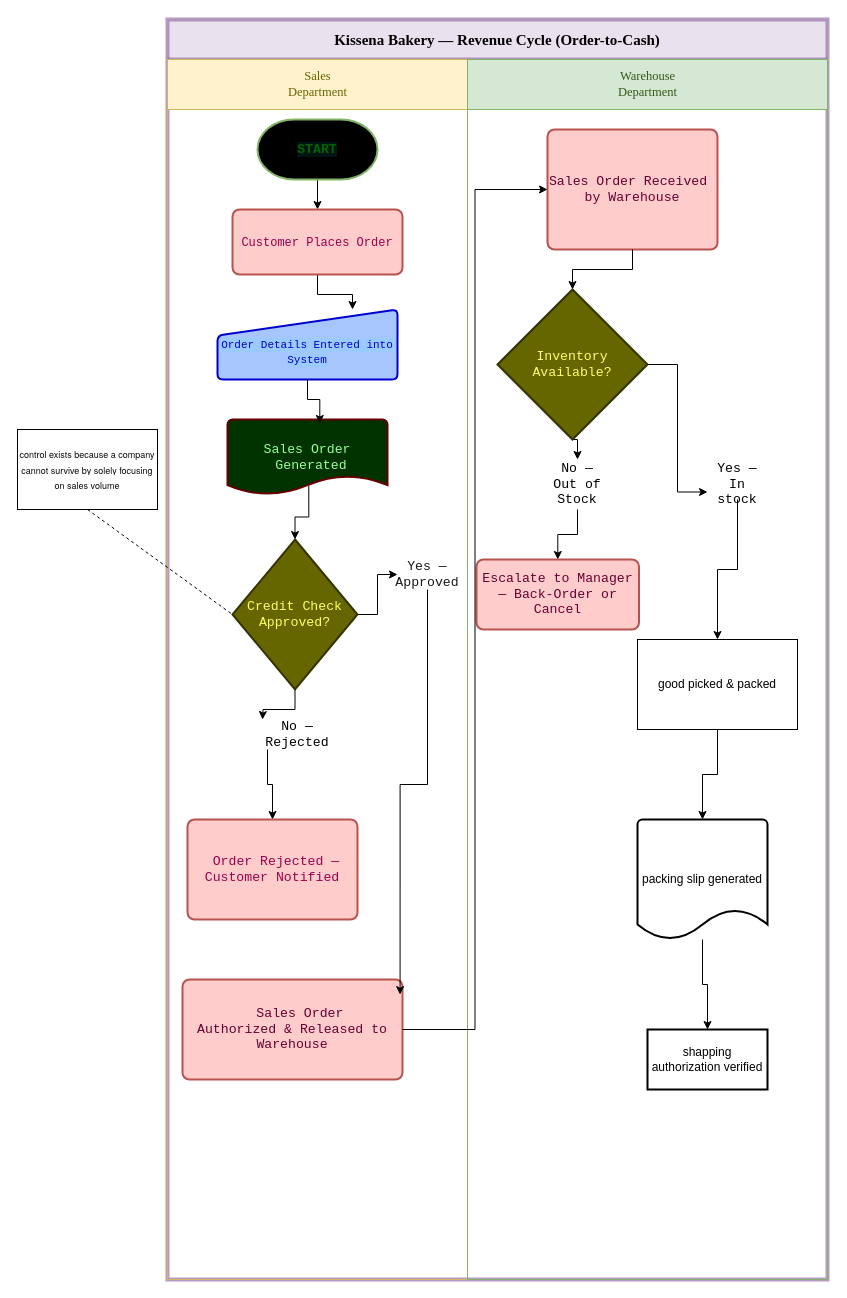
Earlier version of the draw.io diagram page "Page-1" (1 of 2) of Revenue_Cycle_Controls.drawio (Qasem90/drawio). Source tidied: cells renumbered, new cells numbered last; positions are measured from the earlier drawing's top-left corner, leaving out a move shared by most shapes. Both pictures are drawn from the tidied source at 100%, with x=0, y=0 at pixel (17, 19).
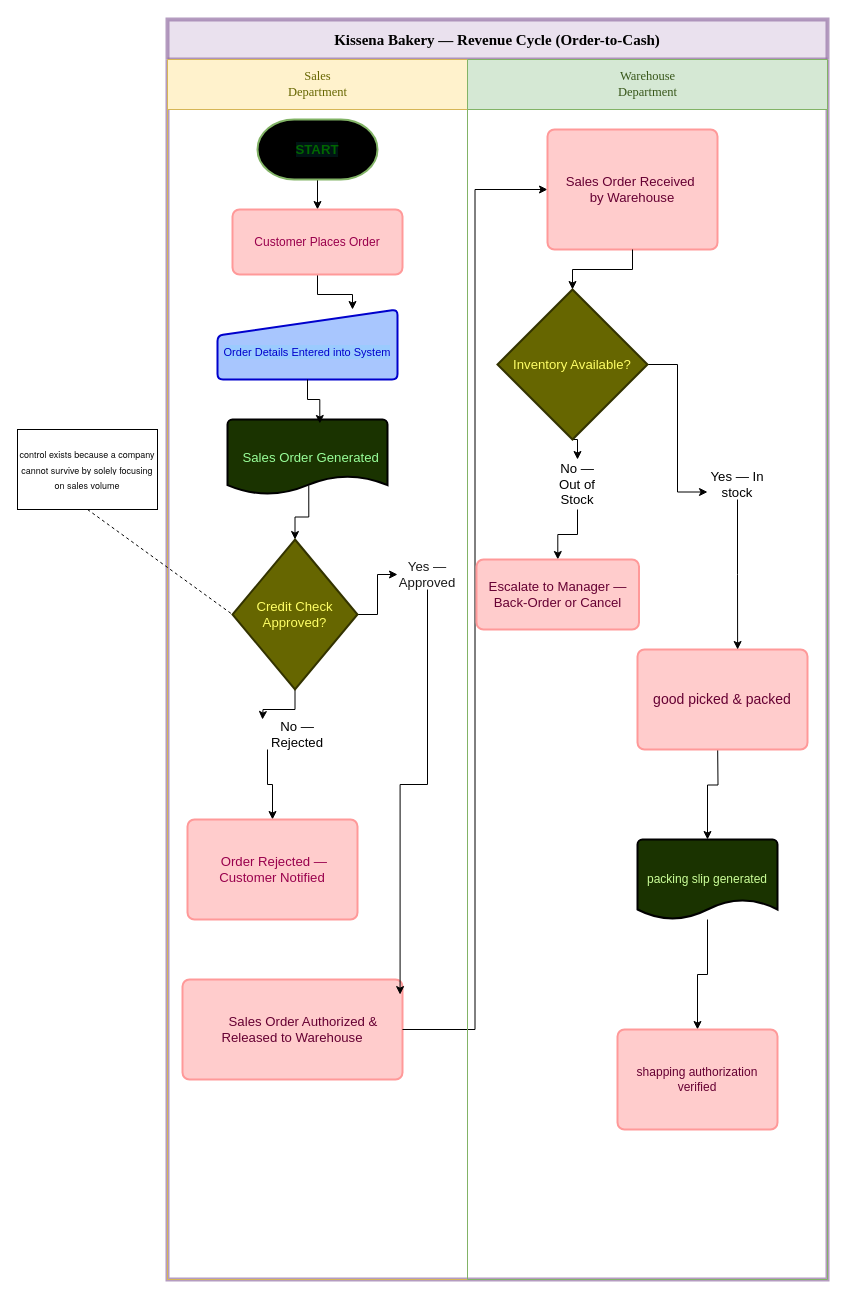
Above is the later version.

Unchanged cells that the change refers to:
```xml
<mxCell id="2" value="&lt;span style=&quot;white-space: normal; caret-color: rgb(0, 245, 255); color: rgb(0, 0, 0);&quot;&gt;&lt;b&gt;Kissena Bakery — Revenue Cycle (Order-to-Cash)&lt;/b&gt;&lt;/span&gt;" style="swimlane;startSize=40;html=1;swimlaneFillColor=none;fillColor=#e1d5e7;strokeWidth=4;opacity=70;fontStyle=0;fontFamily=Times New Roman;align=center;fontSize=15;textDirection=ltr;labelBackgroundColor=none;whiteSpace=wrap;convertToSvg=1;svgWhiteSpace=wrap;strokeColor=#9673a6;" parent="1" vertex="1">
  <mxGeometry x="150" width="660" height="1260" as="geometry" />
</mxCell>
<mxCell id="3" value="&lt;span style=&quot;font-weight: 400; text-align: start; white-space: normal; caret-color: rgb(0, 245, 255); font-size: 12.512px; color: rgb(102, 102, 0);&quot;&gt;&lt;font face=&quot;Times New Roman&quot;&gt;Sales Department&lt;/font&gt;&lt;/span&gt;" style="swimlane;startSize=50;html=1;fillColor=#fff2cc;strokeColor=#d6b656;" parent="2" vertex="1">
  <mxGeometry y="40" width="300" height="1220" as="geometry" />
</mxCell>
<mxCell id="22" value="&lt;p&gt;&lt;span style=&quot;font-weight: 400; text-align: start; white-space: normal; caret-color: rgb(0, 245, 255); font-size: 12.512px; color: light-dark(rgb(56, 87, 26), rgb(0, 115, 123));&quot;&gt;&lt;font face=&quot;Times New Roman&quot;&gt;Warehouse Department&lt;/font&gt;&lt;/span&gt;&lt;/p&gt;" style="swimlane;startSize=50;html=1;fillColor=#d5e8d4;strokeColor=#82b366;" parent="2" vertex="1">
  <mxGeometry x="300" y="40" width="360" height="1220" as="geometry" />
</mxCell>
```

What changed in the source:
```diff
@@
-    <mxCell id="5" value="&lt;span style=&quot;text-align: start; caret-color: rgb(0, 245, 255); font-family: &amp;quot;Share Tech Mono&amp;quot;, monospace; font-size: 13.192px; background-color: rgba(0, 245, 255, 0.08); color: rgb(0, 102, 0);&quot;&gt;&lt;b&gt;START&lt;/b&gt;&lt;/span&gt;" style="strokeWidth=2;html=1;shape=mxgraph.flowchart.terminator;whiteSpace=wrap;fillColor=#d5e8d4;strokeColor=#82b366;gradientColor=light-dark(#b1dd8c, #ededed);" parent="3" vertex="1">
+    <mxCell id="5" value="&lt;span style=&quot;text-align: start; caret-color: rgb(0, 245, 255); font-size: 13.192px; background-color: rgba(0, 245, 255, 0.08); color: rgb(0, 102, 0);&quot;&gt;&lt;b&gt;&lt;font face=&quot;Helvetica&quot;&gt;START&lt;/font&gt;&lt;/b&gt;&lt;/span&gt;" style="strokeWidth=2;html=1;shape=mxgraph.flowchart.terminator;whiteSpace=wrap;fillColor=#d5e8d4;strokeColor=#82b366;gradientColor=light-dark(#b1dd8c, #ededed);" parent="3" vertex="1">
       <mxGeometry x="90" y="60" width="120" height="60" as="geometry" />
     </mxCell>
@@
-    <mxCell id="7" value="&lt;span style=&quot;text-align: start; caret-color: rgb(0, 245, 255); font-family: &amp;quot;Share Tech Mono&amp;quot;, monospace; color: light-dark(rgb(153, 0, 77), rgb(12, 33, 0));&quot;&gt;&lt;font&gt;Customer Places Order&lt;/font&gt;&lt;/span&gt;" style="rounded=1;whiteSpace=wrap;html=1;absoluteArcSize=1;arcSize=14;strokeWidth=2;fillColor=#FFCCCC;strokeColor=#b85450;" parent="3" vertex="1">
+    <mxCell id="7" value="&lt;span style=&quot;text-align: start; caret-color: rgb(0, 245, 255); color: light-dark(rgb(153, 0, 77), rgb(12, 33, 0));&quot;&gt;&lt;font face=&quot;Helvetica&quot;&gt;Customer Places Order&lt;/font&gt;&lt;/span&gt;" style="rounded=1;whiteSpace=wrap;html=1;absoluteArcSize=1;arcSize=14;strokeWidth=2;fillColor=#FFCCCC;strokeColor=#FF9999;" parent="3" vertex="1">
       <mxGeometry x="65" y="150" width="170" height="65" as="geometry" />
     </mxCell>
-    <mxCell id="8" value="&lt;div&gt;&lt;span style=&quot;text-align: start; caret-color: rgb(0, 245, 255); font-family: &amp;quot;Share Tech Mono&amp;quot;, monospace; background-color: rgba(0, 245, 255, 0.08); color: rgb(0, 0, 204);&quot;&gt;&lt;font style=&quot;font-size: 11px;&quot;&gt;&lt;br&gt;&lt;/font&gt;&lt;/span&gt;&lt;/div&gt;&lt;span style=&quot;text-align: start; caret-color: rgb(0, 245, 255); font-family: &amp;quot;Share Tech Mono&amp;quot;, monospace; background-color: rgba(0, 245, 255, 0.08); color: rgb(0, 0, 204);&quot;&gt;&lt;font style=&quot;font-size: 11px;&quot;&gt;Order Details Entered into System&lt;/font&gt;&lt;/span&gt;" style="html=1;strokeWidth=2;shape=manualInput;whiteSpace=wrap;rounded=1;size=26;arcSize=11;strokeColor=#0000CC;gradientColor=none;fillColor=light-dark(#a8c6fe, #ededed);" parent="3" vertex="1">
+    <mxCell id="8" value="&lt;div&gt;&lt;span style=&quot;text-align: start; caret-color: rgb(0, 245, 255); background-color: rgba(0, 245, 255, 0.08); color: rgb(0, 0, 204);&quot;&gt;&lt;font style=&quot;font-size: 11px;&quot; face=&quot;Helvetica&quot;&gt;&lt;br&gt;&lt;/font&gt;&lt;/span&gt;&lt;/div&gt;&lt;span style=&quot;text-align: start; caret-color: rgb(0, 245, 255); background-color: rgba(0, 245, 255, 0.08); color: rgb(0, 0, 204);&quot;&gt;&lt;font style=&quot;font-size: 11px;&quot; face=&quot;Helvetica&quot;&gt;Order Details Entered into System&lt;/font&gt;&lt;/span&gt;" style="html=1;strokeWidth=2;shape=manualInput;whiteSpace=wrap;rounded=1;size=26;arcSize=11;strokeColor=#0000CC;gradientColor=none;fillColor=light-dark(#a8c6fe, #ededed);" parent="3" vertex="1">
       <mxGeometry x="50" y="250" width="180" height="70" as="geometry" />
     </mxCell>
@@
-    <mxCell id="10" value="&lt;span style=&quot;text-align: start; caret-color: rgb(0, 245, 255); font-family: &amp;quot;Share Tech Mono&amp;quot;, monospace; font-size: 13.192px; color: rgb(153, 255, 153);&quot;&gt;&amp;nbsp; Sales Order &amp;nbsp; &amp;nbsp;Generated&lt;/span&gt;" style="strokeWidth=2;html=1;shape=mxgraph.flowchart.document2;whiteSpace=wrap;size=0.25;strokeColor=#660000;gradientColor=none;gradientDirection=west;fillColor=#003300;" parent="3" vertex="1">
+    <mxCell id="10" value="&lt;span style=&quot;text-align: start; caret-color: rgb(0, 245, 255); font-size: 13.192px; color: rgb(153, 255, 153);&quot;&gt;&amp;nbsp; Sales Order Generated&lt;/span&gt;" style="strokeWidth=2;html=1;shape=mxgraph.flowchart.document2;whiteSpace=wrap;size=0.25;strokeColor=#000000;gradientColor=none;gradientDirection=west;fillColor=#1A3300;" parent="3" vertex="1">
       <mxGeometry x="60" y="360" width="160" height="75" as="geometry" />
     </mxCell>
@@
-    <mxCell id="14" value="&lt;span style=&quot;caret-color: rgb(0, 245, 255); font-family: &amp;quot;Share Tech Mono&amp;quot;, monospace; font-size: 13.192px; color: rgb(255, 255, 102);&quot;&gt;Credit Check Approved?&lt;/span&gt;" style="strokeWidth=2;html=1;shape=mxgraph.flowchart.decision;whiteSpace=wrap;align=center;strokeColor=#333300;fillColor=#666600;" parent="3" vertex="1">
+    <mxCell id="14" value="&lt;span style=&quot;caret-color: rgb(0, 245, 255); font-size: 13.192px; color: rgb(255, 255, 102);&quot;&gt;&lt;font face=&quot;Helvetica&quot;&gt;Credit Check Approved?&lt;/font&gt;&lt;/span&gt;" style="strokeWidth=2;html=1;shape=mxgraph.flowchart.decision;whiteSpace=wrap;align=center;strokeColor=#333300;fillColor=#666600;" parent="3" vertex="1">
       <mxGeometry x="65" y="480" width="125" height="150" as="geometry" />
     </mxCell>
-    <mxCell id="15" value="&lt;span style=&quot;text-align: start; caret-color: rgb(0, 245, 255); font-family: &amp;quot;Share Tech Mono&amp;quot;, monospace; font-size: 13.192px; color: rgb(26, 26, 26);&quot;&gt;Yes — Approved&lt;/span&gt;" style="text;html=1;whiteSpace=wrap;strokeColor=none;fillColor=none;align=center;verticalAlign=middle;rounded=0;" parent="3" vertex="1">
+    <mxCell id="15" value="&lt;span style=&quot;text-align: start; caret-color: rgb(0, 245, 255); font-size: 13.192px; color: rgb(26, 26, 26);&quot;&gt;&lt;font face=&quot;Helvetica&quot;&gt;Yes — Approved&lt;/font&gt;&lt;/span&gt;" style="text;html=1;whiteSpace=wrap;strokeColor=none;fillColor=none;align=center;verticalAlign=middle;rounded=0;" parent="3" vertex="1">
       <mxGeometry x="230" y="500" width="60" height="30" as="geometry" />
     </mxCell>
@@
-    <mxCell id="17" value="&lt;span style=&quot;text-align: start; caret-color: rgb(0, 245, 255); font-family: &amp;quot;Share Tech Mono&amp;quot;, monospace; font-size: 13.192px; color: rgb(0, 0, 0);&quot;&gt;No — Rejected&lt;/span&gt;" style="text;html=1;whiteSpace=wrap;strokeColor=none;fillColor=none;align=center;verticalAlign=middle;rounded=0;" parent="3" vertex="1">
+    <mxCell id="17" value="&lt;span style=&quot;text-align: start; caret-color: rgb(0, 245, 255); font-size: 13.192px; color: rgb(0, 0, 0);&quot;&gt;No — Rejected&lt;/span&gt;" style="text;html=1;whiteSpace=wrap;strokeColor=none;fillColor=none;align=center;verticalAlign=middle;rounded=0;" parent="3" vertex="1">
       <mxGeometry x="100" y="660" width="60" height="30" as="geometry" />
     </mxCell>
-    <mxCell id="18" value="&lt;span style=&quot;color: rgb(153, 0, 77);&quot;&gt;&lt;span style=&quot;caret-color: rgb(0, 245, 255); font-family: &amp;quot;Share Tech Mono&amp;quot;, monospace; font-size: 13.192px; text-align: start;&quot;&gt;&amp;nbsp;&lt;/span&gt;&lt;span style=&quot;caret-color: rgb(0, 245, 255); font-family: &amp;quot;Share Tech Mono&amp;quot;, monospace; font-size: 13.192px; text-align: start;&quot;&gt;Order Rejected — Customer Notifie&lt;/span&gt;&lt;span style=&quot;caret-color: rgb(0, 245, 255); font-family: &amp;quot;Share Tech Mono&amp;quot;, monospace; font-size: 13.192px; text-align: start;&quot;&gt;d&lt;/span&gt;&lt;/span&gt;" style="rounded=1;whiteSpace=wrap;html=1;absoluteArcSize=1;arcSize=14;strokeWidth=2;fillColor=#FFCCCC;strokeColor=#b85450;" parent="3" vertex="1">
+    <mxCell id="18" value="&lt;span style=&quot;color: rgb(153, 0, 77);&quot;&gt;&lt;font face=&quot;Helvetica&quot;&gt;&lt;span style=&quot;caret-color: rgb(0, 245, 255); font-size: 13.192px; text-align: start;&quot;&gt;&amp;nbsp;&lt;/span&gt;&lt;span style=&quot;caret-color: rgb(0, 245, 255); font-size: 13.192px; text-align: start;&quot;&gt;Order Rejected — Customer Notifie&lt;/span&gt;&lt;span style=&quot;caret-color: rgb(0, 245, 255); font-size: 13.192px; text-align: start;&quot;&gt;d&lt;/span&gt;&lt;/font&gt;&lt;/span&gt;" style="rounded=1;whiteSpace=wrap;html=1;absoluteArcSize=1;arcSize=14;strokeWidth=2;fillColor=#FFCCCC;strokeColor=#FF9999;" parent="3" vertex="1">
       <mxGeometry x="20" y="760" width="170" height="100" as="geometry" />
     </mxCell>
-    <mxCell id="19" value="&lt;span style=&quot;caret-color: rgb(0, 245, 255); font-family: &amp;quot;Share Tech Mono&amp;quot;, monospace; font-size: 13.192px; color: light-dark(rgb(102, 0, 51), rgb(130, 196, 217));&quot;&gt;&amp;nbsp; &amp;nbsp; &amp;nbsp; Sales Order &amp;nbsp; &amp;nbsp; Authorized &amp;amp; Released to Warehouse&lt;/span&gt;" style="rounded=1;whiteSpace=wrap;html=1;absoluteArcSize=1;arcSize=14;strokeWidth=2;fillColor=#FFCCCC;strokeColor=#b85450;" parent="3" vertex="1">
+    <mxCell id="19" value="&lt;span style=&quot;caret-color: rgb(0, 245, 255); font-size: 13.192px; color: light-dark(rgb(102, 0, 51), rgb(130, 196, 217));&quot;&gt;&amp;nbsp; &amp;nbsp; &amp;nbsp; Sales Order Authorized &amp;amp; Released to Warehouse&lt;/span&gt;" style="rounded=1;whiteSpace=wrap;html=1;absoluteArcSize=1;arcSize=14;strokeWidth=2;fillColor=#FFCCCC;strokeColor=#FF9999;" parent="3" vertex="1">
       <mxGeometry x="15" y="920" width="220" height="100" as="geometry" />
     </mxCell>
@@
+    <mxCell id="38" style="edgeStyle=orthogonalEdgeStyle;rounded=0;jettySize=auto;html=1;exitX=1;exitY=0.5;exitDx=0;exitDy=0;entryX=0;entryY=0.5;entryDx=0;entryDy=0;" parent="2" edge="1" source="19" target="23">
+      <mxGeometry relative="1" as="geometry" />
+    </mxCell>
@@
-    <mxCell id="23" value="&lt;span style=&quot;caret-color: rgb(0, 245, 255); font-family: &amp;quot;Share Tech Mono&amp;quot;, monospace; font-size: 13.192px; color: rgb(102, 0, 51);&quot;&gt;Sales Order Received&amp;nbsp;&lt;/span&gt;&lt;div&gt;&lt;span style=&quot;caret-color: rgb(0, 245, 255); font-family: &amp;quot;Share Tech Mono&amp;quot;, monospace; font-size: 13.192px; color: rgb(102, 0, 51);&quot;&gt;by Warehouse&lt;/span&gt;&lt;/div&gt;" style="rounded=1;whiteSpace=wrap;html=1;absoluteArcSize=1;arcSize=14;strokeWidth=2;fillColor=#FFCCCC;strokeColor=#b85450;align=center;" parent="22" vertex="1">
+    <mxCell id="23" value="&lt;span style=&quot;caret-color: rgb(0, 245, 255); font-size: 13.192px; color: rgb(102, 0, 51);&quot;&gt;&lt;font face=&quot;Helvetica&quot;&gt;Sales Order Received&amp;nbsp;&lt;/font&gt;&lt;/span&gt;&lt;div&gt;&lt;span style=&quot;caret-color: rgb(0, 245, 255); font-size: 13.192px; color: rgb(102, 0, 51);&quot;&gt;&lt;font face=&quot;Helvetica&quot;&gt;by Warehouse&lt;/font&gt;&lt;/span&gt;&lt;/div&gt;" style="rounded=1;whiteSpace=wrap;html=1;absoluteArcSize=1;arcSize=14;strokeWidth=2;fillColor=#FFCCCC;strokeColor=#FF9999;align=center;" parent="22" vertex="1">
       <mxGeometry x="80" y="70" width="170" height="120" as="geometry" />
     </mxCell>
@@
-    <mxCell id="26" value="&lt;span style=&quot;caret-color: rgb(0, 245, 255); font-family: &amp;quot;Share Tech Mono&amp;quot;, monospace; font-size: 13.192px; color: rgb(255, 255, 102);&quot;&gt;Inventory Available?&lt;/span&gt;" style="strokeWidth=2;html=1;shape=mxgraph.flowchart.decision;whiteSpace=wrap;align=center;strokeColor=#333300;fillColor=#666600;" parent="22" vertex="1">
+    <mxCell id="26" value="&lt;span style=&quot;caret-color: rgb(0, 245, 255); font-size: 13.192px; color: rgb(255, 255, 102);&quot;&gt;&lt;font face=&quot;Helvetica&quot;&gt;Inventory Available?&lt;/font&gt;&lt;/span&gt;" style="strokeWidth=2;html=1;shape=mxgraph.flowchart.decision;whiteSpace=wrap;align=center;strokeColor=#333300;fillColor=#666600;" parent="22" vertex="1">
       <mxGeometry x="30" y="230" width="150" height="150" as="geometry" />
     </mxCell>
@@
-    <mxCell id="28" value="&lt;span style=&quot;text-align: start; caret-color: rgb(0, 245, 255); font-family: &amp;quot;Share Tech Mono&amp;quot;, monospace; font-size: 13.192px; color: rgb(0, 0, 0);&quot;&gt;No — Out of Stock&lt;/span&gt;" style="text;html=1;whiteSpace=wrap;strokeColor=none;fillColor=none;align=center;verticalAlign=middle;rounded=0;" parent="22" vertex="1">
+    <mxCell id="28" value="&lt;span style=&quot;text-align: start; caret-color: rgb(0, 245, 255); font-size: 13.192px; color: rgb(0, 0, 0);&quot;&gt;&lt;font face=&quot;Helvetica&quot;&gt;No — Out of Stock&lt;/font&gt;&lt;/span&gt;" style="text;html=1;whiteSpace=wrap;strokeColor=none;fillColor=none;align=center;verticalAlign=middle;rounded=0;" parent="22" vertex="1">
       <mxGeometry x="80" y="400" width="60" height="50" as="geometry" />
     </mxCell>
@@
-    <mxCell id="30" value="&lt;span style=&quot;caret-color: rgb(0, 245, 255); font-family: &amp;quot;Share Tech Mono&amp;quot;, monospace; font-size: 13.192px; color: rgb(102, 0, 51);&quot;&gt;Escalate to Manager — Back-Order or Cancel&lt;/span&gt;" style="rounded=1;whiteSpace=wrap;html=1;absoluteArcSize=1;arcSize=14;strokeWidth=2;fillColor=#FFCCCC;strokeColor=#b85450;" parent="22" vertex="1">
+    <mxCell id="30" value="&lt;span style=&quot;caret-color: rgb(0, 245, 255); font-size: 13.192px; color: rgb(102, 0, 51);&quot;&gt;&lt;font face=&quot;Helvetica&quot;&gt;Escalate to Manager — Back-Order or Cancel&lt;/font&gt;&lt;/span&gt;" style="rounded=1;whiteSpace=wrap;html=1;absoluteArcSize=1;arcSize=14;strokeWidth=2;fillColor=#FFCCCC;strokeColor=#FF9999;gradientColor=none;" parent="22" vertex="1">
       <mxGeometry x="9" y="500" width="162.5" height="70" as="geometry" />
     </mxCell>
-    <mxCell id="31" style="edgeStyle=orthogonalEdgeStyle;rounded=0;jettySize=auto;html=1;" parent="22" edge="1" source="32" target="33">
-      <mxGeometry relative="1" as="geometry" />
-    </mxCell>
-    <mxCell id="32" value="&lt;span style=&quot;text-align: start; caret-color: rgb(0, 245, 255); font-family: &amp;quot;Share Tech Mono&amp;quot;, monospace; font-size: 13.192px; color: rgb(0, 0, 0);&quot;&gt;Yes — In stock&lt;/span&gt;" style="text;html=1;whiteSpace=wrap;strokeColor=none;fillColor=none;align=center;verticalAlign=middle;rounded=0;" parent="22" vertex="1">
+    <mxCell id="32" value="&lt;span style=&quot;text-align: start; caret-color: rgb(0, 245, 255); font-size: 13.192px; color: rgb(0, 0, 0);&quot;&gt;&lt;font face=&quot;Helvetica&quot;&gt;Yes — In stock&lt;/font&gt;&lt;/span&gt;" style="text;html=1;whiteSpace=wrap;strokeColor=none;fillColor=none;align=center;verticalAlign=middle;rounded=0;" parent="22" vertex="1">
       <mxGeometry x="240" y="410" width="60" height="30" as="geometry" />
     </mxCell>
-    <mxCell id="33" value="good picked &amp;amp; packed" style="whiteSpace=wrap;html=1;" parent="22" vertex="1">
-      <mxGeometry x="170" y="580" width="160" height="90" as="geometry" />
-    </mxCell>
-    <mxCell id="34" style="edgeStyle=orthogonalEdgeStyle;rounded=0;jettySize=auto;html=1;" parent="22" edge="1" source="35" target="37">
+    <mxCell id="34" style="edgeStyle=orthogonalEdgeStyle;rounded=0;jettySize=auto;html=1;fontFamily=Helvetica;fontSize=12;fontColor=default;fontStyle=1;" parent="22" edge="1" source="35" target="37">
       <mxGeometry relative="1" as="geometry" />
     </mxCell>
-    <mxCell id="35" value="packing slip generated" style="strokeWidth=2;html=1;shape=mxgraph.flowchart.document2;whiteSpace=wrap;size=0.25;" parent="22" vertex="1">
-      <mxGeometry x="170" y="760" width="130" height="120" as="geometry" />
+    <mxCell id="35" value="&lt;span style=&quot;color: rgb(204, 255, 153);&quot;&gt;packing slip generated&lt;/span&gt;" style="strokeWidth=2;html=1;shape=mxgraph.flowchart.document2;whiteSpace=wrap;size=0.25;fillColor=#1A3300;" parent="22" vertex="1">
+      <mxGeometry x="170" y="780" width="140" height="80" as="geometry" />
     </mxCell>
-    <mxCell id="36" style="edgeStyle=orthogonalEdgeStyle;rounded=0;jettySize=auto;html=1;exitX=0.5;exitY=1;exitDx=0;exitDy=0;entryX=0.5;entryY=0;entryDx=0;entryDy=0;entryPerimeter=0;" parent="22" edge="1" source="33" target="35">
-      <mxGeometry relative="1" as="geometry" />
+    <mxCell id="36" style="edgeStyle=orthogonalEdgeStyle;rounded=0;jettySize=auto;html=1;exitX=0.5;exitY=1;exitDx=0;exitDy=0;entryX=0.5;entryY=0;entryDx=0;entryDy=0;entryPerimeter=0;" parent="22" edge="1" target="35">
+      <mxGeometry relative="1" as="geometry">
+        <mxPoint x="250" y="670" as="sourcePoint" />
+      </mxGeometry>
     </mxCell>
-    <mxCell id="37" value="shapping authorization verified" style="whiteSpace=wrap;html=1;strokeWidth=2;" parent="22" vertex="1">
-      <mxGeometry x="180" y="970" width="120" height="60" as="geometry" />
+    <mxCell id="37" value="&lt;span style=&quot;color: light-dark(rgb(102, 0, 51), rgb(237, 237, 237));&quot;&gt;shapping authorization verified&lt;/span&gt;" style="rounded=1;whiteSpace=wrap;html=1;absoluteArcSize=1;arcSize=14;strokeWidth=2;fillColor=#FFCCCC;strokeColor=#FF9999;" parent="22" vertex="1">
+      <mxGeometry x="150" y="970" width="160" height="100" as="geometry" />
     </mxCell>
-    <mxCell id="38" style="edgeStyle=orthogonalEdgeStyle;rounded=0;jettySize=auto;html=1;exitX=1;exitY=0.5;exitDx=0;exitDy=0;entryX=0;entryY=0.5;entryDx=0;entryDy=0;" parent="2" edge="1" source="19" target="23">
-      <mxGeometry relative="1" as="geometry" />
-    </mxCell>
+    <mxCell id="33" value="&lt;span style=&quot;caret-color: rgb(102, 0, 51); color: rgb(102, 0, 51); font-size: 14px;&quot;&gt;good picked &amp;amp; packed&lt;/span&gt;" style="rounded=1;whiteSpace=wrap;html=1;absoluteArcSize=1;arcSize=14;strokeWidth=2;fillColor=#FFCCCC;strokeColor=#FF9999;" parent="22" vertex="1">
+      <mxGeometry x="170" y="590" width="170" height="100" as="geometry" />
+    </mxCell>
+    <mxCell id="31" style="edgeStyle=orthogonalEdgeStyle;rounded=0;jettySize=auto;html=1;exitX=0.5;exitY=1;exitDx=0;exitDy=0;entryX=0.589;entryY=0;entryDx=0;entryDy=0;entryPerimeter=0;fontFamily=Helvetica;fontSize=12;fontColor=default;fontStyle=1;" parent="22" edge="1" source="32" target="33">
+      <mxGeometry relative="1" as="geometry" />
+    </mxCell>
```
